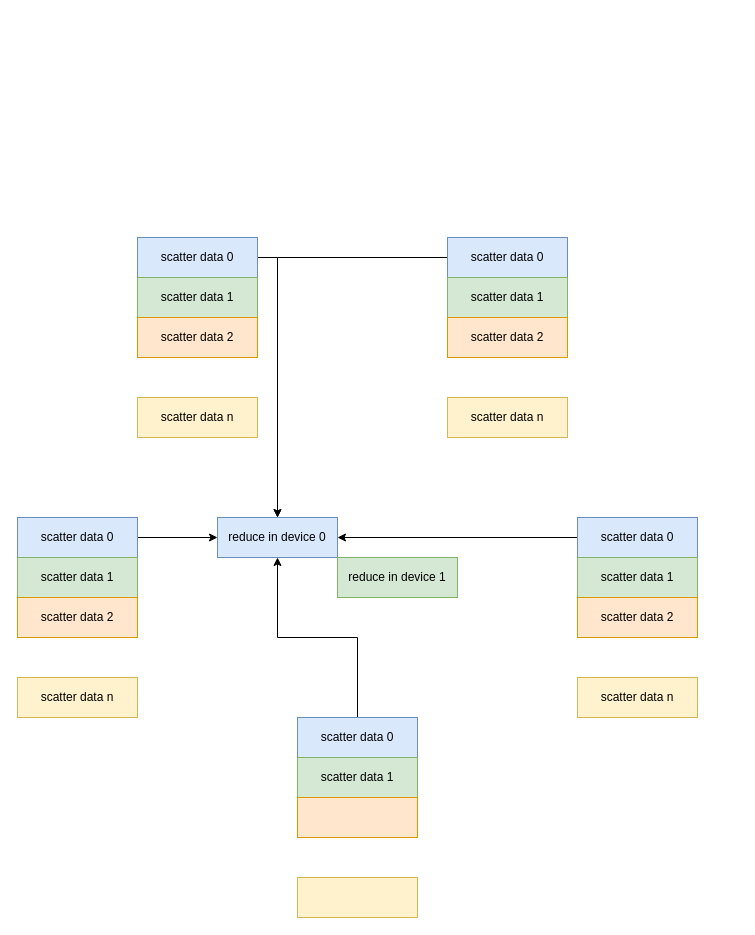
The draw.io diagram scatterreduce.drawio in BEYHHH/SBLP, before the edit. Source tidied: cells renumbered, new cells numbered last; positions are measured from the earlier drawing's top-left corner, leaving out a move shared by most shapes. Both pictures are drawn from the tidied source at 100%, with x=0, y=0 at pixel (17, 237).
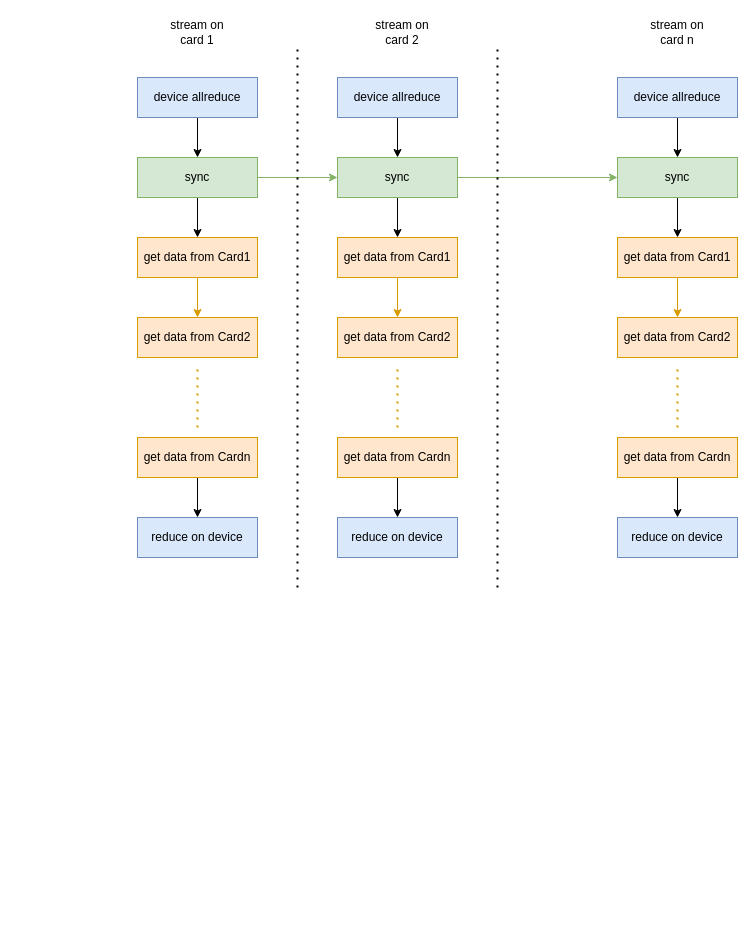
Above is the later version.

Diff of the diagram source:
```diff
@@
-    <mxCell id="2" style="edgeStyle=orthogonalEdgeStyle;rounded=0;jettySize=auto;html=1;exitX=1;exitY=0.5;exitDx=0;exitDy=0;" parent="1" edge="1" source="3" target="27">
-      <mxGeometry relative="1" as="geometry" />
-    </mxCell>
-    <mxCell id="3" value="scatter data 0" style="rounded=0;whiteSpace=wrap;html=1;fillColor=#dae8fc;strokeColor=#6c8ebf;" parent="1" vertex="1">
-      <mxGeometry x="120" width="120" height="40" as="geometry" />
-    </mxCell>
-    <mxCell id="4" value="scatter data 1" style="rounded=0;whiteSpace=wrap;html=1;fillColor=#d5e8d4;strokeColor=#82b366;" parent="1" vertex="1">
-      <mxGeometry x="120" y="40" width="120" height="40" as="geometry" />
-    </mxCell>
-    <mxCell id="5" value="scatter data 2" style="rounded=0;whiteSpace=wrap;html=1;fillColor=#ffe6cc;strokeColor=#d79b00;" parent="1" vertex="1">
-      <mxGeometry x="120" y="80" width="120" height="40" as="geometry" />
-    </mxCell>
-    <mxCell id="6" value="scatter data n" style="rounded=0;whiteSpace=wrap;html=1;fillColor=#fff2cc;strokeColor=#d6b656;" parent="1" vertex="1">
-      <mxGeometry x="120" y="160" width="120" height="40" as="geometry" />
-    </mxCell>
-    <mxCell id="7" style="edgeStyle=orthogonalEdgeStyle;rounded=0;jettySize=auto;html=1;" parent="1" edge="1" source="8" target="27">
-      <mxGeometry relative="1" as="geometry" />
-    </mxCell>
-    <mxCell id="8" value="scatter data 0" style="rounded=0;whiteSpace=wrap;html=1;fillColor=#dae8fc;strokeColor=#6c8ebf;" parent="1" vertex="1">
-      <mxGeometry x="430" width="120" height="40" as="geometry" />
-    </mxCell>
-    <mxCell id="9" value="scatter data 1" style="rounded=0;whiteSpace=wrap;html=1;fillColor=#d5e8d4;strokeColor=#82b366;" parent="1" vertex="1">
-      <mxGeometry x="430" y="40" width="120" height="40" as="geometry" />
-    </mxCell>
-    <mxCell id="10" value="scatter data 2" style="rounded=0;whiteSpace=wrap;html=1;fillColor=#ffe6cc;strokeColor=#d79b00;" parent="1" vertex="1">
-      <mxGeometry x="430" y="80" width="120" height="40" as="geometry" />
-    </mxCell>
-    <mxCell id="11" value="scatter data n" style="rounded=0;whiteSpace=wrap;html=1;fillColor=#fff2cc;strokeColor=#d6b656;" parent="1" vertex="1">
-      <mxGeometry x="430" y="160" width="120" height="40" as="geometry" />
-    </mxCell>
-    <mxCell id="12" style="edgeStyle=orthogonalEdgeStyle;rounded=0;jettySize=auto;html=1;entryX=1;entryY=0.5;entryDx=0;entryDy=0;" parent="1" edge="1" source="13" target="27">
-      <mxGeometry relative="1" as="geometry" />
-    </mxCell>
-    <mxCell id="13" value="scatter data 0" style="rounded=0;whiteSpace=wrap;html=1;fillColor=#dae8fc;strokeColor=#6c8ebf;" parent="1" vertex="1">
-      <mxGeometry x="560" y="280" width="120" height="40" as="geometry" />
-    </mxCell>
-    <mxCell id="14" value="scatter data 1" style="rounded=0;whiteSpace=wrap;html=1;fillColor=#d5e8d4;strokeColor=#82b366;" parent="1" vertex="1">
-      <mxGeometry x="560" y="320" width="120" height="40" as="geometry" />
-    </mxCell>
-    <mxCell id="15" value="scatter data 2" style="rounded=0;whiteSpace=wrap;html=1;fillColor=#ffe6cc;strokeColor=#d79b00;" parent="1" vertex="1">
-      <mxGeometry x="560" y="360" width="120" height="40" as="geometry" />
-    </mxCell>
-    <mxCell id="16" value="scatter data n" style="rounded=0;whiteSpace=wrap;html=1;fillColor=#fff2cc;strokeColor=#d6b656;" parent="1" vertex="1">
-      <mxGeometry x="560" y="440" width="120" height="40" as="geometry" />
-    </mxCell>
-    <mxCell id="17" style="edgeStyle=orthogonalEdgeStyle;rounded=0;jettySize=auto;html=1;" parent="1" edge="1" source="18" target="27">
-      <mxGeometry relative="1" as="geometry" />
-    </mxCell>
-    <mxCell id="18" value="scatter data 0" style="rounded=0;whiteSpace=wrap;html=1;fillColor=#dae8fc;strokeColor=#6c8ebf;" parent="1" vertex="1">
-      <mxGeometry y="280" width="120" height="40" as="geometry" />
-    </mxCell>
-    <mxCell id="19" value="scatter data 1" style="rounded=0;whiteSpace=wrap;html=1;fillColor=#d5e8d4;strokeColor=#82b366;" parent="1" vertex="1">
-      <mxGeometry y="320" width="120" height="40" as="geometry" />
-    </mxCell>
-    <mxCell id="20" value="scatter data 2" style="rounded=0;whiteSpace=wrap;html=1;fillColor=#ffe6cc;strokeColor=#d79b00;" parent="1" vertex="1">
-      <mxGeometry y="360" width="120" height="40" as="geometry" />
-    </mxCell>
-    <mxCell id="21" value="scatter data n" style="rounded=0;whiteSpace=wrap;html=1;fillColor=#fff2cc;strokeColor=#d6b656;" parent="1" vertex="1">
-      <mxGeometry y="440" width="120" height="40" as="geometry" />
-    </mxCell>
-    <mxCell id="22" style="edgeStyle=orthogonalEdgeStyle;rounded=0;jettySize=auto;html=1;" parent="1" edge="1" source="23" target="27">
-      <mxGeometry relative="1" as="geometry" />
-    </mxCell>
-    <mxCell id="23" value="scatter data 0" style="rounded=0;whiteSpace=wrap;html=1;fillColor=#dae8fc;strokeColor=#6c8ebf;" parent="1" vertex="1">
-      <mxGeometry x="280" y="480" width="120" height="40" as="geometry" />
-    </mxCell>
-    <mxCell id="24" value="scatter data 1" style="rounded=0;whiteSpace=wrap;html=1;fillColor=#d5e8d4;strokeColor=#82b366;" parent="1" vertex="1">
-      <mxGeometry x="280" y="520" width="120" height="40" as="geometry" />
-    </mxCell>
-    <mxCell id="25" style="rounded=0;whiteSpace=wrap;html=1;fillColor=#ffe6cc;strokeColor=#d79b00;" parent="1" vertex="1">
-      <mxGeometry x="280" y="560" width="120" height="40" as="geometry" />
-    </mxCell>
-    <mxCell id="26" style="rounded=0;whiteSpace=wrap;html=1;fillColor=#fff2cc;strokeColor=#d6b656;" parent="1" vertex="1">
-      <mxGeometry x="280" y="640" width="120" height="40" as="geometry" />
-    </mxCell>
-    <mxCell id="27" value="reduce in device 0" style="rounded=0;whiteSpace=wrap;html=1;fillColor=#dae8fc;strokeColor=#6c8ebf;" parent="1" vertex="1">
-      <mxGeometry x="200" y="280" width="120" height="40" as="geometry" />
-    </mxCell>
-    <mxCell id="28" value="reduce in device 1" style="rounded=0;whiteSpace=wrap;html=1;fillColor=#d5e8d4;strokeColor=#82b366;" parent="1" vertex="1">
-      <mxGeometry x="320" y="320" width="120" height="40" as="geometry" />
-    </mxCell>
+    <mxCell id="29" style="edgeStyle=orthogonalEdgeStyle;rounded=0;jettySize=auto;html=1;" parent="1" edge="1" source="30" target="33">
+      <mxGeometry relative="1" as="geometry" />
+    </mxCell>
+    <mxCell id="30" value="device allreduce" style="rounded=0;whiteSpace=wrap;html=1;fillColor=#dae8fc;strokeColor=#6c8ebf;" parent="1" vertex="1">
+      <mxGeometry x="120" y="-160" width="120" height="40" as="geometry" />
+    </mxCell>
+    <mxCell id="31" style="edgeStyle=orthogonalEdgeStyle;rounded=0;jettySize=auto;html=1;" parent="1" edge="1" source="33" target="35">
+      <mxGeometry relative="1" as="geometry" />
+    </mxCell>
+    <mxCell id="32" style="edgeStyle=orthogonalEdgeStyle;rounded=0;jettySize=auto;html=1;fillColor=#d5e8d4;strokeColor=#82b366;" parent="1" edge="1" source="33" target="45">
+      <mxGeometry relative="1" as="geometry" />
+    </mxCell>
+    <mxCell id="33" value="sync" style="rounded=0;whiteSpace=wrap;html=1;fillColor=#d5e8d4;strokeColor=#82b366;" parent="1" vertex="1">
+      <mxGeometry x="120" y="-80" width="120" height="40" as="geometry" />
+    </mxCell>
+    <mxCell id="34" style="edgeStyle=orthogonalEdgeStyle;rounded=0;jettySize=auto;html=1;fillColor=#ffe6cc;strokeColor=#d79b00;" parent="1" edge="1" source="35" target="36">
+      <mxGeometry relative="1" as="geometry" />
+    </mxCell>
+    <mxCell id="35" value="get data from Card1" style="rounded=0;whiteSpace=wrap;html=1;fillColor=#ffe6cc;strokeColor=#d79b00;" parent="1" vertex="1">
+      <mxGeometry x="120" width="120" height="40" as="geometry" />
+    </mxCell>
+    <mxCell id="36" value="get data from Card2" style="rounded=0;whiteSpace=wrap;html=1;fillColor=#ffe6cc;strokeColor=#d79b00;" parent="1" vertex="1">
+      <mxGeometry x="120" y="80" width="120" height="40" as="geometry" />
+    </mxCell>
+    <mxCell id="37" style="edgeStyle=orthogonalEdgeStyle;rounded=0;jettySize=auto;html=1;" parent="1" edge="1" source="38" target="40">
+      <mxGeometry relative="1" as="geometry" />
+    </mxCell>
+    <mxCell id="38" value="get data from Cardn" style="rounded=0;whiteSpace=wrap;html=1;fillColor=#ffe6cc;strokeColor=#d79b00;" parent="1" vertex="1">
+      <mxGeometry x="120" y="200" width="120" height="40" as="geometry" />
+    </mxCell>
+    <mxCell id="39" style="endArrow=none;dashed=1;html=1;dashPattern=1 3;strokeWidth=2;rounded=0;fillColor=#ffe6cc;strokeColor=#d79b00;" parent="1" edge="1">
+      <mxGeometry relative="1" as="geometry">
+        <mxPoint x="180" y="190" as="sourcePoint" />
+        <mxPoint x="180" y="130" as="targetPoint" />
+      </mxGeometry>
+    </mxCell>
+    <mxCell id="40" value="reduce on device" style="rounded=0;whiteSpace=wrap;html=1;fillColor=#dae8fc;strokeColor=#6c8ebf;" parent="1" vertex="1">
+      <mxGeometry x="120" y="280" width="120" height="40" as="geometry" />
+    </mxCell>
+    <mxCell id="41" style="edgeStyle=orthogonalEdgeStyle;rounded=0;jettySize=auto;html=1;" parent="1" edge="1" source="42" target="45">
+      <mxGeometry relative="1" as="geometry" />
+    </mxCell>
+    <mxCell id="42" value="device allreduce" style="rounded=0;whiteSpace=wrap;html=1;fillColor=#dae8fc;strokeColor=#6c8ebf;" parent="1" vertex="1">
+      <mxGeometry x="320" y="-160" width="120" height="40" as="geometry" />
+    </mxCell>
+    <mxCell id="43" style="edgeStyle=orthogonalEdgeStyle;rounded=0;jettySize=auto;html=1;" parent="1" edge="1" source="45" target="47">
+      <mxGeometry relative="1" as="geometry" />
+    </mxCell>
+    <mxCell id="44" style="edgeStyle=orthogonalEdgeStyle;rounded=0;jettySize=auto;html=1;fillColor=#d5e8d4;strokeColor=#82b366;" parent="1" edge="1" source="45" target="56">
+      <mxGeometry relative="1" as="geometry" />
+    </mxCell>
+    <mxCell id="45" value="sync" style="rounded=0;whiteSpace=wrap;html=1;fillColor=#d5e8d4;strokeColor=#82b366;" parent="1" vertex="1">
+      <mxGeometry x="320" y="-80" width="120" height="40" as="geometry" />
+    </mxCell>
+    <mxCell id="46" style="edgeStyle=orthogonalEdgeStyle;rounded=0;jettySize=auto;html=1;fillColor=#ffe6cc;strokeColor=#d79b00;" parent="1" edge="1" source="47" target="48">
+      <mxGeometry relative="1" as="geometry" />
+    </mxCell>
+    <mxCell id="47" value="get data from Card1" style="rounded=0;whiteSpace=wrap;html=1;fillColor=#ffe6cc;strokeColor=#d79b00;" parent="1" vertex="1">
+      <mxGeometry x="320" width="120" height="40" as="geometry" />
+    </mxCell>
+    <mxCell id="48" value="get data from Card2" style="rounded=0;whiteSpace=wrap;html=1;fillColor=#ffe6cc;strokeColor=#d79b00;" parent="1" vertex="1">
+      <mxGeometry x="320" y="80" width="120" height="40" as="geometry" />
+    </mxCell>
+    <mxCell id="49" style="edgeStyle=orthogonalEdgeStyle;rounded=0;jettySize=auto;html=1;" parent="1" edge="1" source="50" target="52">
+      <mxGeometry relative="1" as="geometry" />
+    </mxCell>
+    <mxCell id="50" value="get data from Cardn" style="rounded=0;whiteSpace=wrap;html=1;fillColor=#ffe6cc;strokeColor=#d79b00;" parent="1" vertex="1">
+      <mxGeometry x="320" y="200" width="120" height="40" as="geometry" />
+    </mxCell>
+    <mxCell id="51" style="endArrow=none;dashed=1;html=1;dashPattern=1 3;strokeWidth=2;rounded=0;fillColor=#ffe6cc;strokeColor=#d79b00;" parent="1" edge="1">
+      <mxGeometry relative="1" as="geometry">
+        <mxPoint x="380" y="190" as="sourcePoint" />
+        <mxPoint x="380" y="130" as="targetPoint" />
+      </mxGeometry>
+    </mxCell>
+    <mxCell id="52" value="reduce on device" style="rounded=0;whiteSpace=wrap;html=1;fillColor=#dae8fc;strokeColor=#6c8ebf;" parent="1" vertex="1">
+      <mxGeometry x="320" y="280" width="120" height="40" as="geometry" />
+    </mxCell>
+    <mxCell id="53" style="edgeStyle=orthogonalEdgeStyle;rounded=0;jettySize=auto;html=1;" parent="1" edge="1" source="54" target="56">
+      <mxGeometry relative="1" as="geometry" />
+    </mxCell>
+    <mxCell id="54" value="device allreduce" style="rounded=0;whiteSpace=wrap;html=1;fillColor=#dae8fc;strokeColor=#6c8ebf;" parent="1" vertex="1">
+      <mxGeometry x="600" y="-160" width="120" height="40" as="geometry" />
+    </mxCell>
+    <mxCell id="55" style="edgeStyle=orthogonalEdgeStyle;rounded=0;jettySize=auto;html=1;" parent="1" edge="1" source="56" target="58">
+      <mxGeometry relative="1" as="geometry" />
+    </mxCell>
+    <mxCell id="56" value="sync" style="rounded=0;whiteSpace=wrap;html=1;fillColor=#d5e8d4;strokeColor=#82b366;" parent="1" vertex="1">
+      <mxGeometry x="600" y="-80" width="120" height="40" as="geometry" />
+    </mxCell>
+    <mxCell id="57" style="edgeStyle=orthogonalEdgeStyle;rounded=0;jettySize=auto;html=1;fillColor=#ffe6cc;strokeColor=#d79b00;" parent="1" edge="1" source="58" target="59">
+      <mxGeometry relative="1" as="geometry" />
+    </mxCell>
+    <mxCell id="58" value="get data from Card1" style="rounded=0;whiteSpace=wrap;html=1;fillColor=#ffe6cc;strokeColor=#d79b00;" parent="1" vertex="1">
+      <mxGeometry x="600" width="120" height="40" as="geometry" />
+    </mxCell>
+    <mxCell id="59" value="get data from Card2" style="rounded=0;whiteSpace=wrap;html=1;fillColor=#ffe6cc;strokeColor=#d79b00;" parent="1" vertex="1">
+      <mxGeometry x="600" y="80" width="120" height="40" as="geometry" />
+    </mxCell>
+    <mxCell id="60" style="edgeStyle=orthogonalEdgeStyle;rounded=0;jettySize=auto;html=1;" parent="1" edge="1" source="61" target="63">
+      <mxGeometry relative="1" as="geometry" />
+    </mxCell>
+    <mxCell id="61" value="get data from Cardn" style="rounded=0;whiteSpace=wrap;html=1;fillColor=#ffe6cc;strokeColor=#d79b00;" parent="1" vertex="1">
+      <mxGeometry x="600" y="200" width="120" height="40" as="geometry" />
+    </mxCell>
+    <mxCell id="62" style="endArrow=none;dashed=1;html=1;dashPattern=1 3;strokeWidth=2;rounded=0;fillColor=#ffe6cc;strokeColor=#d79b00;" parent="1" edge="1">
+      <mxGeometry relative="1" as="geometry">
+        <mxPoint x="660" y="190" as="sourcePoint" />
+        <mxPoint x="660" y="130" as="targetPoint" />
+      </mxGeometry>
+    </mxCell>
+    <mxCell id="63" value="reduce on device" style="rounded=0;whiteSpace=wrap;html=1;fillColor=#dae8fc;strokeColor=#6c8ebf;" parent="1" vertex="1">
+      <mxGeometry x="600" y="280" width="120" height="40" as="geometry" />
+    </mxCell>
+    <mxCell id="64" style="endArrow=none;dashed=1;html=1;dashPattern=1 3;strokeWidth=2;rounded=0;" parent="1" edge="1">
+      <mxGeometry relative="1" as="geometry">
+        <mxPoint x="280" y="350" as="sourcePoint" />
+        <mxPoint x="280" y="-190" as="targetPoint" />
+      </mxGeometry>
+    </mxCell>
+    <mxCell id="65" style="endArrow=none;dashed=1;html=1;dashPattern=1 3;strokeWidth=2;rounded=0;" parent="1" edge="1">
+      <mxGeometry relative="1" as="geometry">
+        <mxPoint x="480" y="350" as="sourcePoint" />
+        <mxPoint x="480" y="-190" as="targetPoint" />
+      </mxGeometry>
+    </mxCell>
+    <mxCell id="66" value="stream on card 1" style="text;html=1;strokeColor=none;fillColor=none;align=center;verticalAlign=middle;whiteSpace=wrap;rounded=0;" parent="1" vertex="1">
+      <mxGeometry x="150" y="-220" width="60" height="30" as="geometry" />
+    </mxCell>
+    <mxCell id="67" value="stream on card 2" style="text;html=1;strokeColor=none;fillColor=none;align=center;verticalAlign=middle;whiteSpace=wrap;rounded=0;" parent="1" vertex="1">
+      <mxGeometry x="355" y="-220" width="60" height="30" as="geometry" />
+    </mxCell>
+    <mxCell id="68" value="stream on card n" style="text;html=1;strokeColor=none;fillColor=none;align=center;verticalAlign=middle;whiteSpace=wrap;rounded=0;" parent="1" vertex="1">
+      <mxGeometry x="630" y="-220" width="60" height="30" as="geometry" />
+    </mxCell>
```
